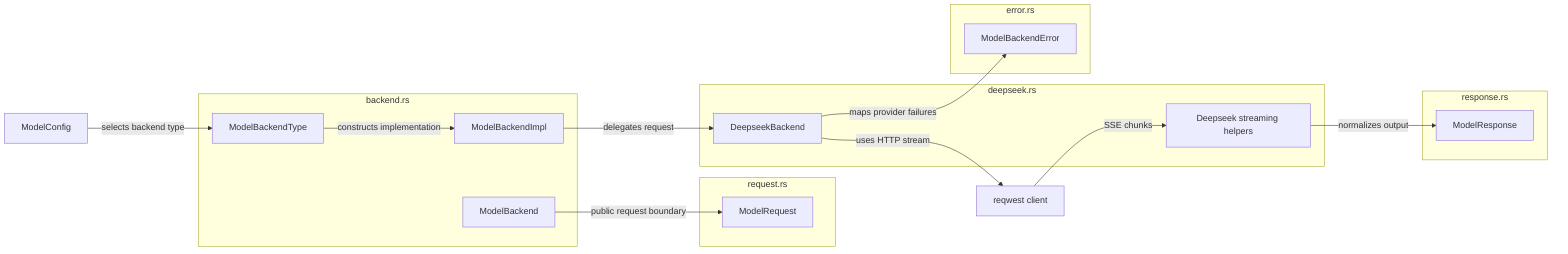
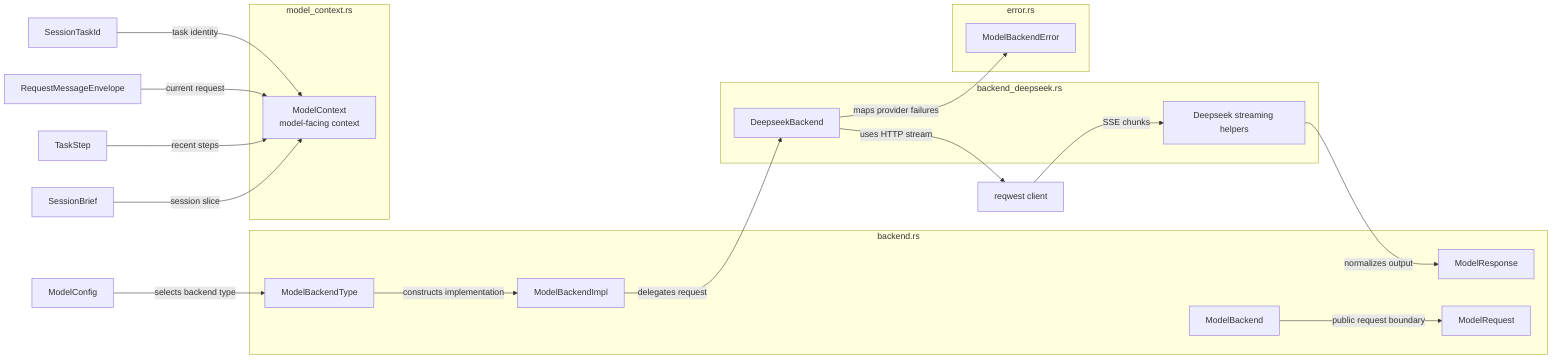
flowchart LR
-   subgraph request_rs["request.rs"]
-     ModelRequest["ModelRequest"]
-   end
- 
-   subgraph response_rs["response.rs"]
-     ModelResponse["ModelResponse"]
-   end
- 
  subgraph backend_rs["backend.rs"]
    ModelBackend["ModelBackend"]
    ModelBackendImpl["ModelBackendImpl"]
    ModelBackendType["ModelBackendType"]
+     ModelRequest["ModelRequest"]
+     ModelResponse["ModelResponse"]
  end

-   subgraph deepseek_rs["deepseek.rs"]
+   subgraph backend_deepseek_rs["backend_deepseek.rs"]
    DeepseekBackend["DeepseekBackend"]
    DeepseekStream["Deepseek streaming helpers"]
+   end
+ 
+   subgraph model_context_rs["model_context.rs"]
+     ModelContext["ModelContext\nmodel-facing context"]
  end

  subgraph error_rs["error.rs"]
    ModelBackendError["ModelBackendError"]
  end

-   Config["ModelConfig"]
+   ModelConfig["ModelConfig"]
  HttpClient["reqwest client"]
+   SessionBrief["SessionBrief"]
+   TaskStep["TaskStep"]
+   RequestMessageEnvelope["RequestMessageEnvelope"]
+   SessionTaskId["SessionTaskId"]

-   Config -->|"selects backend type"| ModelBackendType
+   ModelConfig -->|"selects backend type"| ModelBackendType
  ModelBackendType -->|"constructs implementation"| ModelBackendImpl
  ModelBackend -->|"public request boundary"| ModelRequest
  ModelBackendImpl -->|"delegates request"| DeepseekBackend
  DeepseekBackend -->|"uses HTTP stream"| HttpClient
  HttpClient -->|"SSE chunks"| DeepseekStream
  DeepseekStream -->|"normalizes output"| ModelResponse
  DeepseekBackend -->|"maps provider failures"| ModelBackendError
+   SessionBrief -->|"session slice"| ModelContext
+   TaskStep -->|"recent steps"| ModelContext
+   RequestMessageEnvelope -->|"current request"| ModelContext
+   SessionTaskId -->|"task identity"| ModelContext
